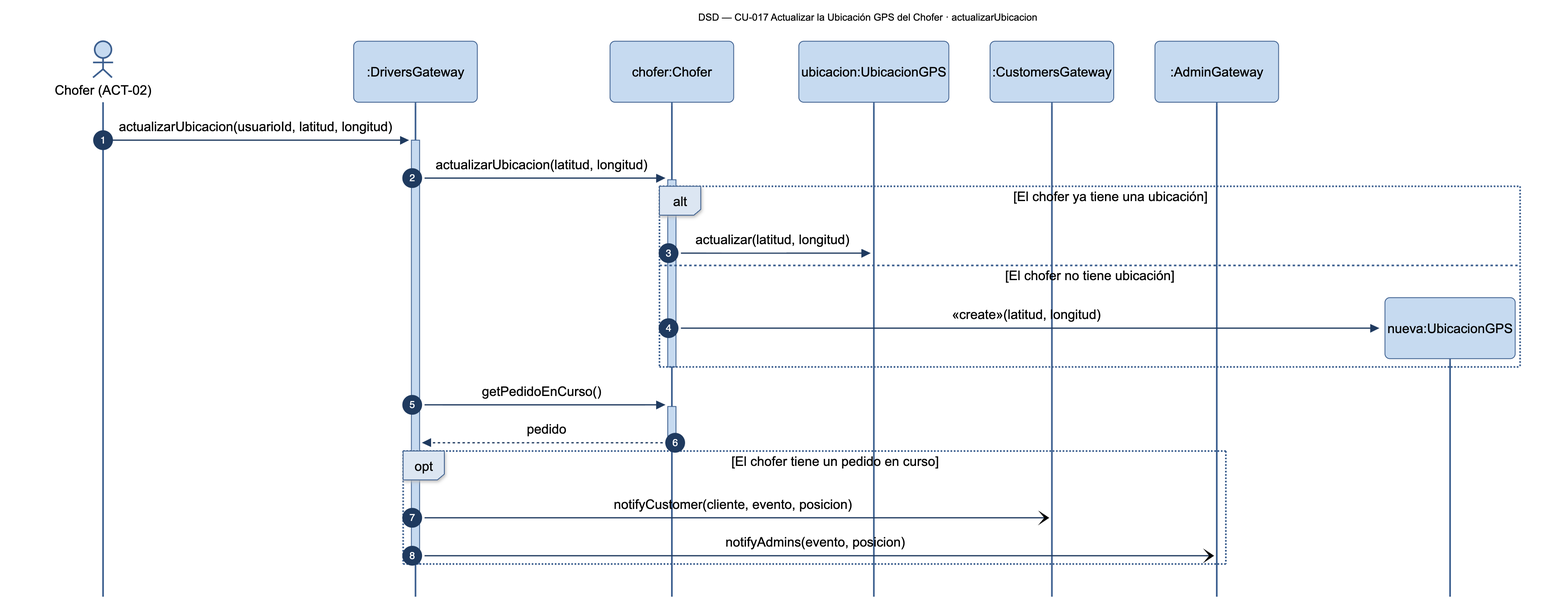
Earlier version of the Mermaid export diagramas/png/DSD_CU-017_actualizarUbicacion.png (Nahuelito-Dev/splg-docs). Its source is kept beside it as diagramas/DSD_CU-017_actualizarUbicacion.mmd.
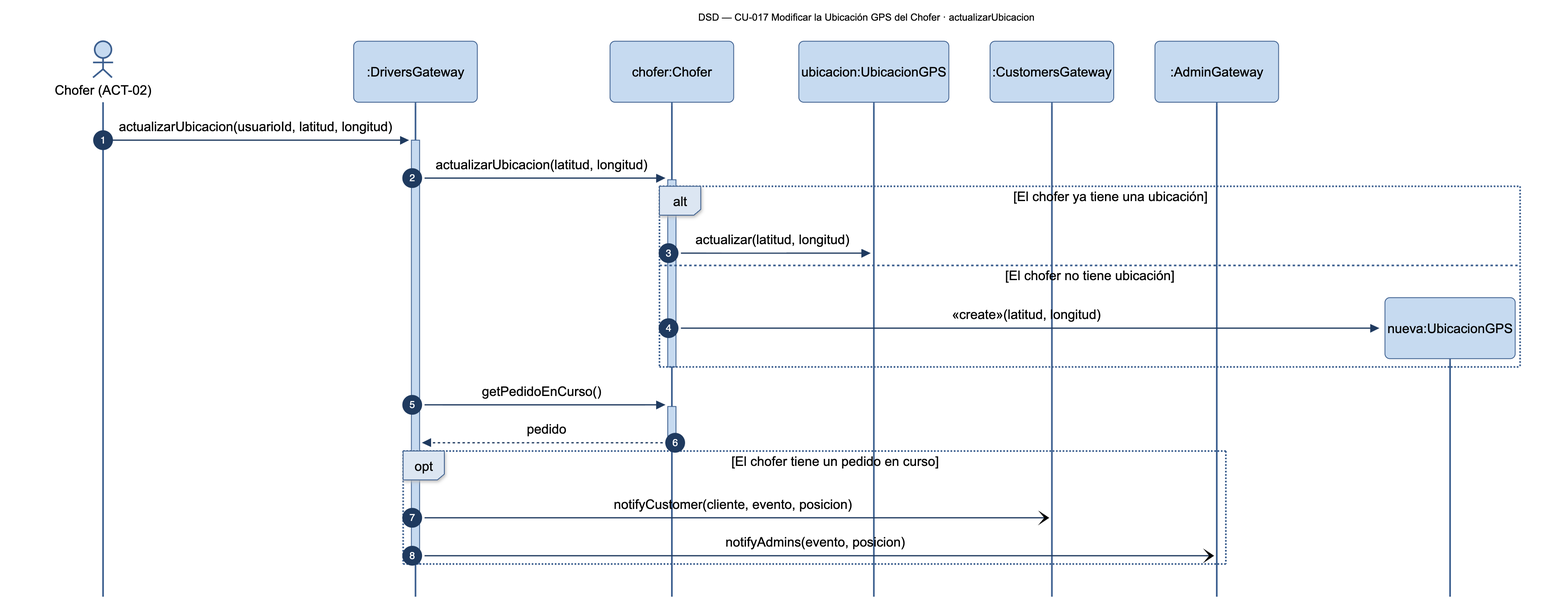
The same file after the commit.

The edit, as a diff of the source:
```diff
@@ -1,5 +1,5 @@
 sequenceDiagram
-    title DSD — CU-017 Actualizar la Ubicación GPS del Chofer · actualizarUbicacion
+    title DSD — CU-017 Modificar la Ubicación GPS del Chofer · actualizarUbicacion
     autonumber
     actor CHF as Chofer (ACT-02)
     participant GW as :DriversGateway
```
